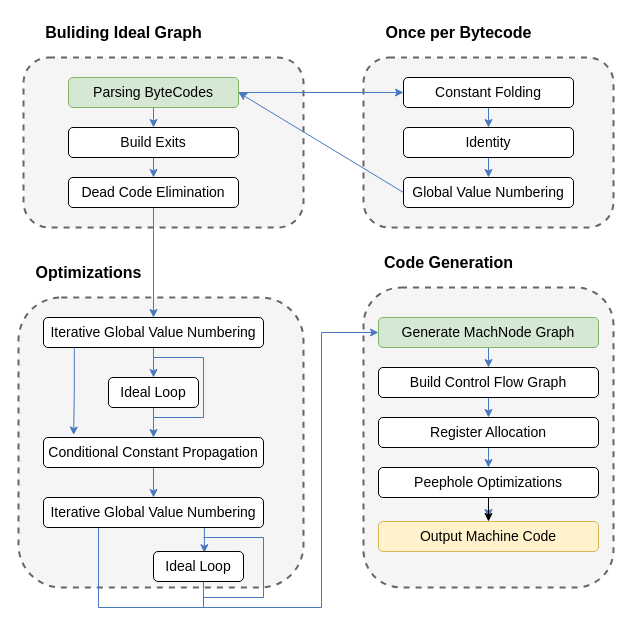
Above: C2Structure.drawio in f123888/Draw.IO (draw.io), before the change. Source tidied: cells renumbered, new cells numbered last; positions are measured from the earlier drawing's top-left corner, leaving out a move shared by most shapes. Both pictures are drawn from the tidied source at 100%, with x=0, y=0 at pixel (18, 17).
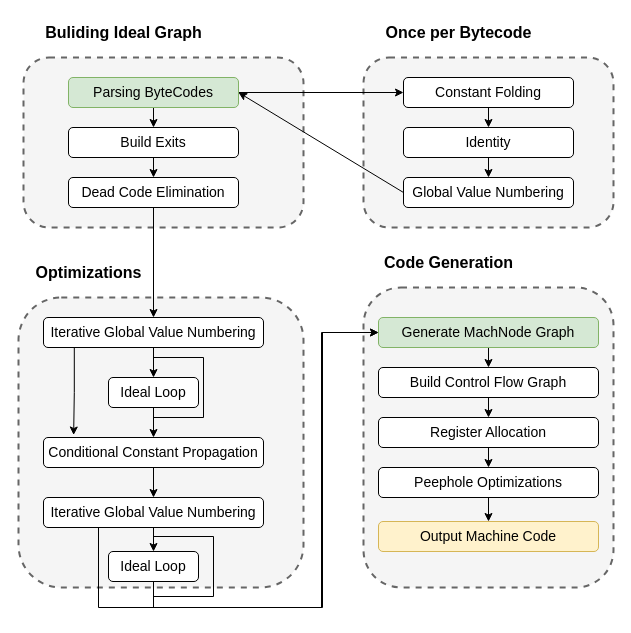
Above is the later version.

Unchanged cells that the change refers to:
```xml
<mxCell id="8" value="&lt;font style=&quot;font-size: 14px;&quot;&gt;Parsing ByteCodes&lt;/font&gt;" style="rounded=1;whiteSpace=wrap;html=1;perimeterSpacing=0;glass=0;shadow=0;fillColor=#d5e8d4;strokeColor=#82b366;" parent="1" vertex="1">
  <mxGeometry x="50" y="60" width="170" height="30" as="geometry" />
</mxCell>
<mxCell id="10" value="&lt;font style=&quot;font-size: 14px;&quot;&gt;Build Exits&lt;/font&gt;" style="rounded=1;whiteSpace=wrap;html=1;perimeterSpacing=0;glass=0;shadow=0;" parent="1" vertex="1">
  <mxGeometry x="50" y="110" width="170" height="30" as="geometry" />
</mxCell>
<mxCell id="12" value="&lt;font style=&quot;font-size: 14px;&quot;&gt;Dead Code Elimination&lt;/font&gt;" style="rounded=1;whiteSpace=wrap;html=1;perimeterSpacing=0;glass=0;shadow=0;" parent="1" vertex="1">
  <mxGeometry x="50" y="160" width="170" height="30" as="geometry" />
</mxCell>
<mxCell id="14" value="&lt;font style=&quot;font-size: 14px;&quot;&gt;Iterative Global Value Numbering&lt;/font&gt;" style="rounded=1;whiteSpace=wrap;html=1;perimeterSpacing=0;glass=0;shadow=0;" parent="1" vertex="1">
  <mxGeometry x="25" y="300" width="220" height="30" as="geometry" />
</mxCell>
<mxCell id="16" value="&lt;font style=&quot;font-size: 14px;&quot;&gt;Ideal Loop&lt;/font&gt;" style="rounded=1;whiteSpace=wrap;html=1;perimeterSpacing=0;glass=0;shadow=0;" parent="1" vertex="1">
  <mxGeometry x="90" y="360" width="90" height="30" as="geometry" />
</mxCell>
<mxCell id="18" value="&lt;span style=&quot;font-size: 14px;&quot;&gt;Conditional Constant Propagation&lt;/span&gt;" style="rounded=1;whiteSpace=wrap;html=1;perimeterSpacing=0;glass=0;shadow=0;" parent="1" vertex="1">
  <mxGeometry x="25" y="420" width="220" height="30" as="geometry" />
</mxCell>
<mxCell id="21" value="&lt;span style=&quot;font-size: 14px;&quot;&gt;Iterative Global Value Numbering&lt;/span&gt;" style="rounded=1;whiteSpace=wrap;html=1;perimeterSpacing=0;glass=0;shadow=0;" parent="1" vertex="1">
  <mxGeometry x="25" y="480" width="220" height="30" as="geometry" />
</mxCell>
<mxCell id="27" value="&lt;font style=&quot;font-size: 14px;&quot;&gt;Constant Folding&lt;/font&gt;" style="rounded=1;whiteSpace=wrap;html=1;perimeterSpacing=0;glass=0;shadow=0;" parent="1" vertex="1">
  <mxGeometry x="385" y="60" width="170" height="30" as="geometry" />
</mxCell>
<mxCell id="29" value="&lt;font style=&quot;font-size: 14px;&quot;&gt;Identity&lt;/font&gt;" style="rounded=1;whiteSpace=wrap;html=1;perimeterSpacing=0;glass=0;shadow=0;" parent="1" vertex="1">
  <mxGeometry x="385" y="110" width="170" height="30" as="geometry" />
</mxCell>
<mxCell id="31" value="&lt;font style=&quot;font-size: 14px;&quot;&gt;Global Value Numbering&lt;/font&gt;" style="rounded=1;whiteSpace=wrap;html=1;perimeterSpacing=0;glass=0;shadow=0;" parent="1" vertex="1">
  <mxGeometry x="385" y="160" width="170" height="30" as="geometry" />
</mxCell>
<mxCell id="33" value="&lt;font style=&quot;font-size: 14px;&quot;&gt;Generate MachNode Graph&lt;/font&gt;" style="rounded=1;whiteSpace=wrap;html=1;perimeterSpacing=0;glass=0;shadow=0;fillColor=#d5e8d4;strokeColor=#82b366;" parent="1" vertex="1">
  <mxGeometry x="360" y="300" width="220" height="30" as="geometry" />
</mxCell>
<mxCell id="35" value="&lt;font style=&quot;font-size: 14px;&quot;&gt;Build Control Flow Graph&lt;/font&gt;" style="rounded=1;whiteSpace=wrap;html=1;perimeterSpacing=0;glass=0;shadow=0;" parent="1" vertex="1">
  <mxGeometry x="360" y="350" width="220" height="30" as="geometry" />
</mxCell>
<mxCell id="37" value="&lt;font style=&quot;font-size: 14px;&quot;&gt;Register Allocation&lt;/font&gt;" style="rounded=1;whiteSpace=wrap;html=1;perimeterSpacing=0;glass=0;shadow=0;" parent="1" vertex="1">
  <mxGeometry x="360" y="400" width="220" height="30" as="geometry" />
</mxCell>
<mxCell id="40" value="&lt;font style=&quot;font-size: 14px;&quot;&gt;Peephole Optimizations&lt;/font&gt;" style="rounded=1;whiteSpace=wrap;html=1;perimeterSpacing=0;glass=0;shadow=0;" parent="1" vertex="1">
  <mxGeometry x="360" y="450" width="220" height="30" as="geometry" />
</mxCell>
```

Diff of the diagram source:
```diff
@@
-    <mxCell id="6" style="edgeStyle=orthogonalEdgeStyle;rounded=0;jettySize=auto;html=1;exitX=0.5;exitY=1;exitDx=0;exitDy=0;entryX=0.5;entryY=0;entryDx=0;entryDy=0;strokeColor=light-dark(#4878BF,#EDEDED);" parent="1" edge="1" source="8" target="10">
+    <mxCell id="6" style="edgeStyle=orthogonalEdgeStyle;rounded=0;jettySize=auto;html=1;exitX=0.5;exitY=1;exitDx=0;exitDy=0;entryX=0.5;entryY=0;entryDx=0;entryDy=0;strokeColor=light-dark(#000000,#EDEDED);" parent="1" edge="1" source="8" target="10">
       <mxGeometry relative="1" as="geometry" />
     </mxCell>
-    <mxCell id="7" style="edgeStyle=orthogonalEdgeStyle;rounded=0;jettySize=auto;html=1;exitX=1;exitY=0.5;exitDx=0;exitDy=0;entryX=0;entryY=0.5;entryDx=0;entryDy=0;strokeColor=light-dark(#4878bf, #ededed);" parent="1" edge="1" source="8" target="27">
+    <mxCell id="7" style="edgeStyle=orthogonalEdgeStyle;rounded=0;jettySize=auto;html=1;exitX=1;exitY=0.5;exitDx=0;exitDy=0;entryX=0;entryY=0.5;entryDx=0;entryDy=0;strokeColor=light-dark(#000000,#EDEDED);" parent="1" edge="1" source="8" target="27">
       <mxGeometry relative="1" as="geometry" />
     </mxCell>
@@
-    <mxCell id="9" style="edgeStyle=orthogonalEdgeStyle;rounded=0;jettySize=auto;html=1;exitX=0.5;exitY=1;exitDx=0;exitDy=0;entryX=0.5;entryY=0;entryDx=0;entryDy=0;strokeColor=light-dark(#4878bf, #ededed);" parent="1" edge="1" source="10" target="12">
+    <mxCell id="9" style="edgeStyle=orthogonalEdgeStyle;rounded=0;jettySize=auto;html=1;exitX=0.5;exitY=1;exitDx=0;exitDy=0;entryX=0.5;entryY=0;entryDx=0;entryDy=0;strokeColor=light-dark(#000000,#EDEDED);" parent="1" edge="1" source="10" target="12">
       <mxGeometry relative="1" as="geometry" />
     </mxCell>
@@
-    <mxCell id="11" style="edgeStyle=orthogonalEdgeStyle;rounded=0;jettySize=auto;html=1;exitX=0.5;exitY=1;exitDx=0;exitDy=0;entryX=0.5;entryY=0;entryDx=0;entryDy=0;strokeColor=light-dark(#4878bf, #ededed);" parent="1" edge="1" source="12" target="14">
+    <mxCell id="11" style="edgeStyle=orthogonalEdgeStyle;rounded=0;jettySize=auto;html=1;exitX=0.5;exitY=1;exitDx=0;exitDy=0;entryX=0.5;entryY=0;entryDx=0;entryDy=0;strokeColor=light-dark(#000000,#EDEDED);" parent="1" edge="1" source="12" target="14">
       <mxGeometry relative="1" as="geometry" />
     </mxCell>
@@
-    <mxCell id="13" style="edgeStyle=orthogonalEdgeStyle;rounded=0;jettySize=auto;html=1;exitX=0.5;exitY=1;exitDx=0;exitDy=0;entryX=0.5;entryY=0;entryDx=0;entryDy=0;strokeColor=light-dark(#4878bf, #ededed);" parent="1" edge="1" source="14" target="16">
+    <mxCell id="13" style="edgeStyle=orthogonalEdgeStyle;rounded=0;jettySize=auto;html=1;exitX=0.5;exitY=1;exitDx=0;exitDy=0;entryX=0.5;entryY=0;entryDx=0;entryDy=0;strokeColor=light-dark(#000000,#EDEDED);" parent="1" edge="1" source="14" target="16">
       <mxGeometry relative="1" as="geometry" />
     </mxCell>
@@
-    <mxCell id="15" style="edgeStyle=orthogonalEdgeStyle;rounded=0;jettySize=auto;html=1;exitX=0.5;exitY=1;exitDx=0;exitDy=0;entryX=0.5;entryY=0;entryDx=0;entryDy=0;strokeColor=light-dark(#4878bf, #ededed);" parent="1" edge="1" source="16" target="18">
+    <mxCell id="15" style="edgeStyle=orthogonalEdgeStyle;rounded=0;jettySize=auto;html=1;exitX=0.5;exitY=1;exitDx=0;exitDy=0;entryX=0.5;entryY=0;entryDx=0;entryDy=0;strokeColor=light-dark(#000000,#EDEDED);" parent="1" edge="1" source="16" target="18">
       <mxGeometry relative="1" as="geometry" />
     </mxCell>
@@
-    <mxCell id="17" style="edgeStyle=orthogonalEdgeStyle;rounded=0;jettySize=auto;html=1;exitX=0.5;exitY=1;exitDx=0;exitDy=0;entryX=0.5;entryY=0;entryDx=0;entryDy=0;strokeColor=light-dark(#4878bf, #ededed);" parent="1" edge="1" source="18" target="21">
+    <mxCell id="17" style="edgeStyle=orthogonalEdgeStyle;rounded=0;jettySize=auto;html=1;exitX=0.5;exitY=1;exitDx=0;exitDy=0;entryX=0.5;entryY=0;entryDx=0;entryDy=0;strokeColor=light-dark(#000000,#EDEDED);" parent="1" edge="1" source="18" target="21">
       <mxGeometry relative="1" as="geometry" />
     </mxCell>
@@
+    <mxCell id="20" style="edgeStyle=orthogonalEdgeStyle;rounded=0;jettySize=auto;html=1;exitX=0.25;exitY=1;exitDx=0;exitDy=0;entryX=0;entryY=0.5;entryDx=0;entryDy=0;strokeColor=light-dark(#000000,#EDEDED);" parent="1" edge="1" source="21" target="33">
+      <mxGeometry relative="1" as="geometry">
+        <Array as="points">
+          <mxPoint x="80" y="590" />
+          <mxPoint x="303" y="590" />
+          <mxPoint x="303" y="315" />
+        </Array>
+      </mxGeometry>
+    </mxCell>
-    <mxCell id="19" style="edgeStyle=orthogonalEdgeStyle;rounded=0;jettySize=auto;html=1;exitX=0.75;exitY=1;exitDx=0;exitDy=0;entryX=0.565;entryY=0.041;entryDx=0;entryDy=0;entryPerimeter=0;strokeColor=light-dark(#4878bf, #ededed);" parent="1" edge="1" source="21" target="23">
+    <mxCell id="19" style="edgeStyle=orthogonalEdgeStyle;rounded=0;jettySize=auto;html=1;exitX=0.5;exitY=1;exitDx=0;exitDy=0;entryX=0.5;entryY=0;entryDx=0;entryDy=0;" parent="1" edge="1" source="21" target="23">
       <mxGeometry relative="1" as="geometry" />
     </mxCell>
-    <mxCell id="20" style="edgeStyle=orthogonalEdgeStyle;rounded=0;jettySize=auto;html=1;exitX=0.25;exitY=1;exitDx=0;exitDy=0;entryX=0;entryY=0.5;entryDx=0;entryDy=0;strokeColor=light-dark(#4878bf, #ededed);" parent="1" edge="1" source="21" target="33">
-      <mxGeometry relative="1" as="geometry">
-        <Array as="points">
-          <mxPoint x="80" y="590" />
-          <mxPoint x="303" y="590" />
-          <mxPoint x="303" y="315" />
-        </Array>
-      </mxGeometry>
-    </mxCell>
@@
-    <mxCell id="22" style="edgeStyle=orthogonalEdgeStyle;rounded=0;jettySize=auto;html=1;exitX=0.5;exitY=1;exitDx=0;exitDy=0;endArrow=none;startFill=0;strokeColor=light-dark(#4878bf, #ededed);" parent="1" edge="1" source="23">
-      <mxGeometry relative="1" as="geometry">
-        <mxPoint x="189.9" y="590" as="targetPoint" />
-        <Array as="points">
-          <mxPoint x="185" y="564" />
-          <mxPoint x="185" y="590" />
-        </Array>
-      </mxGeometry>
-    </mxCell>
+    <mxCell id="47" style="edgeStyle=orthogonalEdgeStyle;rounded=0;jettySize=auto;html=1;exitX=0.5;exitY=1;exitDx=0;exitDy=0;entryX=0;entryY=0.5;entryDx=0;entryDy=0;" parent="1" edge="1" source="23" target="33">
+      <mxGeometry relative="1" as="geometry">
+        <Array as="points">
+          <mxPoint x="135" y="590" />
+          <mxPoint x="304" y="590" />
+          <mxPoint x="304" y="315" />
+        </Array>
+      </mxGeometry>
+    </mxCell>
     <mxCell id="23" value="&lt;font style=&quot;font-size: 14px;&quot;&gt;Ideal Loop&lt;/font&gt;" style="rounded=1;whiteSpace=wrap;html=1;perimeterSpacing=0;glass=0;shadow=0;" parent="1" vertex="1">
-      <mxGeometry x="135" y="534" width="90" height="30" as="geometry" />
+      <mxGeometry x="90" y="534" width="90" height="30" as="geometry" />
     </mxCell>
-    <mxCell id="24" style="edgeStyle=orthogonalEdgeStyle;rounded=0;jettySize=auto;html=1;exitX=0.14;exitY=0.994;exitDx=0;exitDy=0;exitPerimeter=0;entryX=0.137;entryY=-0.083;entryDx=0;entryDy=0;entryPerimeter=0;strokeColor=light-dark(#4878bf, #ededed);" parent="1" edge="1" source="14" target="18">
+    <mxCell id="24" style="edgeStyle=orthogonalEdgeStyle;rounded=0;jettySize=auto;html=1;exitX=0.14;exitY=0.994;exitDx=0;exitDy=0;exitPerimeter=0;entryX=0.137;entryY=-0.083;entryDx=0;entryDy=0;entryPerimeter=0;strokeColor=light-dark(#000000,#EDEDED);" parent="1" edge="1" source="14" target="18">
       <mxGeometry relative="1" as="geometry" />
     </mxCell>
-    <mxCell id="25" style="edgeStyle=segmentEdgeStyle;endArrow=none;html=1;curved=0;rounded=0;startFill=0;strokeColor=light-dark(#4878bf, #ededed);" parent="1" edge="1">
+    <mxCell id="25" style="edgeStyle=segmentEdgeStyle;endArrow=none;html=1;curved=0;rounded=0;startFill=0;strokeColor=light-dark(#000000,#EDEDED);" parent="1" edge="1">
       <mxGeometry relative="1" as="geometry">
         <mxPoint x="135" y="400" as="sourcePoint" />
         <mxPoint x="135" y="340" as="targetPoint" />
         <Array as="points">
           <mxPoint x="185" y="400" />
         </Array>
       </mxGeometry>
     </mxCell>
-    <mxCell id="26" style="edgeStyle=orthogonalEdgeStyle;rounded=0;jettySize=auto;html=1;exitX=0.5;exitY=1;exitDx=0;exitDy=0;entryX=0.5;entryY=0;entryDx=0;entryDy=0;strokeColor=light-dark(#4878bf, #ededed);" parent="1" edge="1" source="27" target="29">
+    <mxCell id="26" style="edgeStyle=orthogonalEdgeStyle;rounded=0;jettySize=auto;html=1;exitX=0.5;exitY=1;exitDx=0;exitDy=0;entryX=0.5;entryY=0;entryDx=0;entryDy=0;strokeColor=light-dark(#000000,#EDEDED);" parent="1" edge="1" source="27" target="29">
       <mxGeometry relative="1" as="geometry" />
     </mxCell>
@@
-    <mxCell id="28" style="edgeStyle=orthogonalEdgeStyle;rounded=0;jettySize=auto;html=1;exitX=0.5;exitY=1;exitDx=0;exitDy=0;entryX=0.5;entryY=0;entryDx=0;entryDy=0;strokeColor=light-dark(#4878bf, #ededed);" parent="1" edge="1" source="29" target="31">
+    <mxCell id="28" style="edgeStyle=orthogonalEdgeStyle;rounded=0;jettySize=auto;html=1;exitX=0.5;exitY=1;exitDx=0;exitDy=0;entryX=0.5;entryY=0;entryDx=0;entryDy=0;strokeColor=light-dark(#000000,#EDEDED);" parent="1" edge="1" source="29" target="31">
       <mxGeometry relative="1" as="geometry" />
     </mxCell>
@@
-    <mxCell id="30" style="rounded=0;jettySize=auto;html=1;exitX=0;exitY=0.5;exitDx=0;exitDy=0;entryX=1;entryY=0.5;entryDx=0;entryDy=0;strokeColor=light-dark(#4878bf, #ededed);" parent="1" edge="1" source="31" target="8">
+    <mxCell id="30" style="rounded=0;jettySize=auto;html=1;exitX=0;exitY=0.5;exitDx=0;exitDy=0;entryX=1;entryY=0.5;entryDx=0;entryDy=0;strokeColor=light-dark(#000000,#EDEDED);" parent="1" edge="1" source="31" target="8">
       <mxGeometry relative="1" as="geometry" />
     </mxCell>
@@
-    <mxCell id="32" style="edgeStyle=orthogonalEdgeStyle;rounded=0;jettySize=auto;html=1;exitX=0.5;exitY=1;exitDx=0;exitDy=0;entryX=0.5;entryY=0;entryDx=0;entryDy=0;strokeColor=light-dark(#4878bf, #ededed);" parent="1" edge="1" source="33" target="35">
+    <mxCell id="32" style="edgeStyle=orthogonalEdgeStyle;rounded=0;jettySize=auto;html=1;exitX=0.5;exitY=1;exitDx=0;exitDy=0;entryX=0.5;entryY=0;entryDx=0;entryDy=0;strokeColor=light-dark(#000000,#EDEDED);" parent="1" edge="1" source="33" target="35">
       <mxGeometry relative="1" as="geometry" />
     </mxCell>
@@
-    <mxCell id="34" style="edgeStyle=orthogonalEdgeStyle;rounded=0;jettySize=auto;html=1;exitX=0.5;exitY=1;exitDx=0;exitDy=0;entryX=0.5;entryY=0;entryDx=0;entryDy=0;strokeColor=light-dark(#4878bf, #ededed);" parent="1" edge="1" source="35" target="37">
+    <mxCell id="34" style="edgeStyle=orthogonalEdgeStyle;rounded=0;jettySize=auto;html=1;exitX=0.5;exitY=1;exitDx=0;exitDy=0;entryX=0.5;entryY=0;entryDx=0;entryDy=0;strokeColor=light-dark(#000000,#EDEDED);" parent="1" edge="1" source="35" target="37">
       <mxGeometry relative="1" as="geometry" />
     </mxCell>
@@
-    <mxCell id="36" style="edgeStyle=orthogonalEdgeStyle;rounded=0;jettySize=auto;html=1;exitX=0.5;exitY=1;exitDx=0;exitDy=0;entryX=0.5;entryY=0;entryDx=0;entryDy=0;strokeColor=light-dark(#4878bf, #ededed);" parent="1" edge="1" source="37" target="40">
+    <mxCell id="36" style="edgeStyle=orthogonalEdgeStyle;rounded=0;jettySize=auto;html=1;exitX=0.5;exitY=1;exitDx=0;exitDy=0;entryX=0.5;entryY=0;entryDx=0;entryDy=0;strokeColor=light-dark(#000000,#EDEDED);" parent="1" edge="1" source="37" target="40">
       <mxGeometry relative="1" as="geometry" />
     </mxCell>
@@
-    <mxCell id="38" style="edgeStyle=orthogonalEdgeStyle;rounded=0;jettySize=auto;html=1;exitX=0.5;exitY=1;exitDx=0;exitDy=0;strokeColor=light-dark(#4878bf, #ededed);" parent="1" edge="1" source="40">
-      <mxGeometry relative="1" as="geometry">
-        <mxPoint x="469.9" y="500" as="targetPoint" />
-      </mxGeometry>
-    </mxCell>
@@
-    <mxCell id="42" style="edgeStyle=segmentEdgeStyle;endArrow=none;html=1;curved=0;rounded=0;endSize=8;startSize=8;startFill=0;strokeColor=light-dark(#4878bf, #ededed);" parent="1" edge="1">
+    <mxCell id="42" style="edgeStyle=segmentEdgeStyle;endArrow=none;html=1;curved=0;rounded=0;endSize=8;startSize=8;startFill=0;strokeColor=light-dark(#000000,#EDEDED);" parent="1" edge="1">
       <mxGeometry relative="1" as="geometry">
-        <mxPoint x="185" y="580" as="sourcePoint" />
-        <mxPoint x="185" y="520" as="targetPoint" />
+        <mxPoint x="135" y="579" as="sourcePoint" />
+        <mxPoint x="135" y="519" as="targetPoint" />
         <Array as="points">
-          <mxPoint x="245" y="580" />
-          <mxPoint x="245" y="520" />
+          <mxPoint x="195" y="579" />
+          <mxPoint x="195" y="519" />
         </Array>
       </mxGeometry>
     </mxCell>
```
